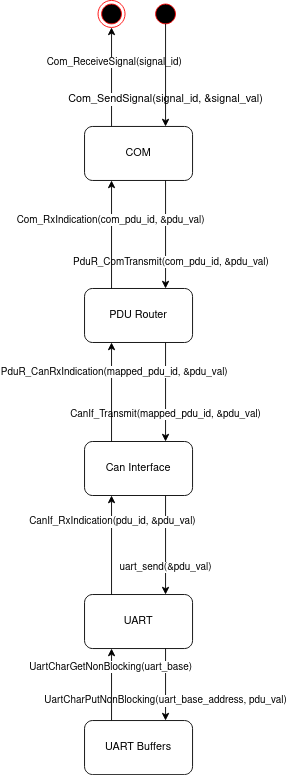
This is Embedded Systems Block Diagram.png from eslamtayseer/AutoSarComStack, a draw.io export, as it was before one commit. Source tidied: cells renumbered, new cells last; positions are measured from the earlier drawing's top-left corner, leaving out a move shared by most shapes.
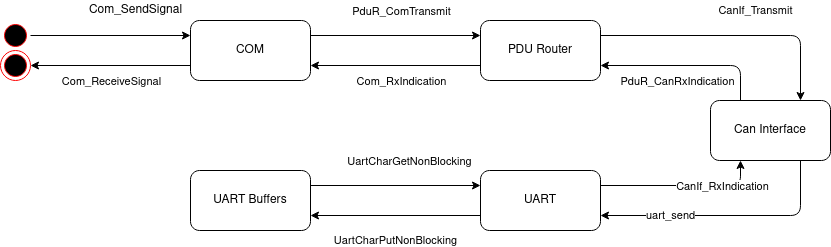
Above is the later version.

Diff of the diagram source:
```diff
@@ -2,88 +2,105 @@
   <root>
     <mxCell id="0" />
     <mxCell id="1" parent="0" />
-    <mxCell id="2" style="edgeStyle=orthogonalEdgeStyle;rounded=1;jettySize=auto;html=1;exitX=0.25;exitY=0;exitDx=0;exitDy=0;endArrow=classic;endFill=1;strokeColor=#000000;" parent="1" edge="1" source="4" target="24">
-      <mxGeometry relative="1" as="geometry" />
+    <mxCell id="2" style="edgeStyle=orthogonalEdgeStyle;rounded=1;jettySize=auto;html=1;endArrow=classic;endFill=1;strokeColor=#000000;" parent="1" edge="1" target="24">
+      <mxGeometry relative="1" as="geometry">
+        <mxPoint x="-60" y="95" as="sourcePoint" />
+        <Array as="points">
+          <mxPoint x="10" y="95" />
+          <mxPoint x="10" y="95" />
+        </Array>
+      </mxGeometry>
     </mxCell>
-    <mxCell id="3" value="Com_ReceiveSignal(signal_id)" style="edgeLabel;html=1;align=center;verticalAlign=middle;" parent="2" vertex="1">
-      <mxGeometry x="0.31" y="-2" relative="1" as="geometry" />
+    <mxCell id="3" value="Com_ReceiveSignal" style="edgeLabel;html=1;align=center;verticalAlign=middle;" parent="2" vertex="1">
+      <mxGeometry x="0.31" y="-2" relative="1" as="geometry">
+        <mxPoint x="-31" y="17" as="offset" />
+      </mxGeometry>
     </mxCell>
     <mxCell id="4" value="COM" style="rounded=1;whiteSpace=wrap;html=1;" parent="1" vertex="1">
-      <mxGeometry x="25" y="140" width="120" height="60" as="geometry" />
+      <mxGeometry x="-80" y="50" width="120" height="60" as="geometry" />
     </mxCell>
-    <mxCell id="5" style="endArrow=classic;html=1;exitX=0.75;exitY=1;exitDx=0;exitDy=0;entryX=0.75;entryY=0;entryDx=0;entryDy=0;" parent="1" edge="1" source="4" target="11">
+    <mxCell id="5" style="endArrow=classic;html=1;entryX=0;entryY=0.25;entryDx=0;entryDy=0;exitX=1;exitY=0.25;exitDx=0;exitDy=0;" parent="1" edge="1" source="4" target="11">
       <mxGeometry relative="1" as="geometry" />
     </mxCell>
-    <mxCell id="6" value="PduR_ComTransmit(com_pdu_id, &amp;amp;pdu_val)" style="edgeLabel;html=1;align=center;verticalAlign=middle;" parent="5" vertex="1">
+    <mxCell id="6" value="PduR_ComTransmit" style="edgeLabel;html=1;align=center;verticalAlign=middle;rotation=0;" parent="5" vertex="1">
       <mxGeometry x="-0.67" y="1" relative="1" as="geometry">
-        <mxPoint x="4" y="70" as="offset" />
+        <mxPoint x="62" y="-24" as="offset" />
       </mxGeometry>
     </mxCell>
-    <mxCell id="7" value="Com_SendSignal(signal_id, &amp;amp;signal_val)" style="text;html=1;align=center;verticalAlign=middle;labelBackgroundColor=#ffffff;" parent="1" vertex="1">
-      <mxGeometry y="100" width="230" height="20" as="geometry" />
+    <mxCell id="7" value="Com_SendSignal" style="text;html=1;align=center;verticalAlign=middle;labelBackgroundColor=#ffffff;" parent="1" vertex="1">
+      <mxGeometry x="-190" y="30" width="110" height="20" as="geometry" />
     </mxCell>
     <mxCell id="8" style="ellipse;html=1;shape=startState;fillColor=#000000;strokeColor=#ff0000;labelBackgroundColor=#ffffff;" parent="1" vertex="1">
-      <mxGeometry x="100" width="30" height="30" as="geometry" />
+      <mxGeometry x="-270" y="50" width="30" height="30" as="geometry" />
     </mxCell>
-    <mxCell id="9" style="edgeStyle=orthogonalEdgeStyle;html=1;verticalAlign=bottom;endArrow=classic;rounded=1;endFill=1;entryX=0.75;entryY=0;entryDx=0;entryDy=0;" parent="1" edge="1" target="4">
+    <mxCell id="9" style="edgeStyle=orthogonalEdgeStyle;html=1;verticalAlign=bottom;endArrow=classic;rounded=1;endFill=1;entryX=0;entryY=0.25;entryDx=0;entryDy=0;exitX=1;exitY=0.5;exitDx=0;exitDy=0;" parent="1" edge="1" source="8" target="4">
       <mxGeometry relative="1" as="geometry">
-        <mxPoint x="115" y="26" as="sourcePoint" />
         <Array as="points">
-          <mxPoint x="115" y="26" />
+          <mxPoint x="-240" y="65" />
         </Array>
       </mxGeometry>
     </mxCell>
-    <mxCell id="10" value="CanIf_Transmit(mapped_pdu_id, &amp;amp;pdu_val)" style="edgeStyle=orthogonalEdgeStyle;rounded=1;jettySize=auto;html=1;endArrow=classic;endFill=1;strokeColor=#000000;exitX=0.75;exitY=1;exitDx=0;exitDy=0;entryX=0.75;entryY=0;entryDx=0;entryDy=0;" parent="1" edge="1" source="11" target="13">
-      <mxGeometry x="0.45" relative="1" as="geometry" />
+    <mxCell id="10" value="CanIf_Transmit" style="edgeStyle=orthogonalEdgeStyle;rounded=1;jettySize=auto;html=1;endArrow=classic;endFill=1;strokeColor=#000000;exitX=1;exitY=0.25;exitDx=0;exitDy=0;entryX=0.75;entryY=0;entryDx=0;entryDy=0;" parent="1" edge="1" source="11" target="13">
+      <mxGeometry x="0.17" y="25" relative="1" as="geometry" />
     </mxCell>
     <mxCell id="11" value="PDU Router" style="rounded=1;whiteSpace=wrap;html=1;labelBackgroundColor=#ffffff;" parent="1" vertex="1">
-      <mxGeometry x="25" y="320" width="120" height="60" as="geometry" />
+      <mxGeometry x="210" y="50" width="120" height="60" as="geometry" />
     </mxCell>
-    <mxCell id="12" value="uart_send(&amp;amp;pdu_val)" style="edgeStyle=orthogonalEdgeStyle;rounded=1;jettySize=auto;html=1;endArrow=classic;endFill=1;strokeColor=#000000;exitX=0.75;exitY=1;exitDx=0;exitDy=0;entryX=0.75;entryY=0;entryDx=0;entryDy=0;" parent="1" edge="1" source="13" target="14">
+    <mxCell id="12" value="uart_send" style="edgeStyle=orthogonalEdgeStyle;rounded=1;jettySize=auto;html=1;endArrow=classic;endFill=1;strokeColor=#000000;exitX=0.75;exitY=1;exitDx=0;exitDy=0;entryX=1;entryY=0.75;entryDx=0;entryDy=0;" parent="1" edge="1" source="13" target="14">
       <mxGeometry x="0.45" relative="1" as="geometry" />
     </mxCell>
     <mxCell id="13" value="Can Interface" style="whiteSpace=wrap;html=1;rounded=1;labelBackgroundColor=#ffffff;" parent="1" vertex="1">
-      <mxGeometry x="25" y="490" width="120" height="60" as="geometry" />
+      <mxGeometry x="440" y="130" width="120" height="60" as="geometry" />
     </mxCell>
     <mxCell id="14" value="UART" style="whiteSpace=wrap;html=1;rounded=1;labelBackgroundColor=#ffffff;" parent="1" vertex="1">
-      <mxGeometry x="25" y="660" width="120" height="60" as="geometry" />
+      <mxGeometry x="210" y="200" width="120" height="60" as="geometry" />
     </mxCell>
-    <mxCell id="15" value="UartCharPutNonBlocking(uart_base_address, pdu_val)" style="endArrow=classic;html=1;strokeColor=#000000;exitX=0.75;exitY=1;exitDx=0;exitDy=0;" parent="1" edge="1" source="14">
-      <mxGeometry x="0.43" relative="1" as="geometry">
-        <mxPoint x="115" y="800" as="targetPoint" />
-      </mxGeometry>
+    <mxCell id="15" value="UartCharPutNonBlocking" style="endArrow=classic;html=1;strokeColor=#000000;exitX=0;exitY=0.75;exitDx=0;exitDy=0;entryX=1;entryY=0.75;entryDx=0;entryDy=0;" parent="1" edge="1" source="14" target="25">
+      <mxGeometry y="25" relative="1" as="geometry" />
     </mxCell>
-    <mxCell id="16" style="endArrow=classic;html=1;strokeColor=#000000;entryX=0.25;entryY=1;entryDx=0;entryDy=0;" parent="1" edge="1" target="14">
-      <mxGeometry relative="1" as="geometry">
-        <mxPoint x="55" y="800" as="sourcePoint" />
-      </mxGeometry>
+    <mxCell id="16" style="endArrow=classic;html=1;strokeColor=#000000;entryX=0;entryY=0.25;entryDx=0;entryDy=0;exitX=1;exitY=0.25;exitDx=0;exitDy=0;" parent="1" edge="1" source="25" target="14">
+      <mxGeometry relative="1" as="geometry" />
     </mxCell>
-    <mxCell id="17" value="UartCharGetNonBlocking(uart_base)" style="edgeLabel;html=1;align=center;verticalAlign=middle;" parent="16" vertex="1">
-      <mxGeometry x="0.51" y="2" relative="1" as="geometry" />
+    <mxCell id="17" value="&lt;div&gt;UartCharGetNonBlocking&lt;/div&gt;" style="edgeLabel;html=1;align=center;verticalAlign=middle;" parent="16" vertex="1">
+      <mxGeometry x="0.51" y="2" relative="1" as="geometry">
+        <mxPoint x="-31" y="-23" as="offset" />
+      </mxGeometry>
     </mxCell>
-    <mxCell id="18" style="endArrow=classic;html=1;strokeColor=#000000;exitX=0.25;exitY=0;exitDx=0;exitDy=0;entryX=0.25;entryY=1;entryDx=0;entryDy=0;" parent="1" edge="1" source="14" target="13">
-      <mxGeometry relative="1" as="geometry" />
+    <mxCell id="18" style="endArrow=classic;html=1;strokeColor=#000000;exitX=1;exitY=0.25;exitDx=0;exitDy=0;entryX=0.25;entryY=1;entryDx=0;entryDy=0;" parent="1" edge="1" source="14" target="13">
+      <mxGeometry relative="1" as="geometry">
+        <Array as="points">
+          <mxPoint x="470" y="215" />
+        </Array>
+      </mxGeometry>
     </mxCell>
-    <mxCell id="19" value="CanIf_RxIndication(pdu_id, &amp;amp;pdu_val)" style="edgeLabel;html=1;align=center;verticalAlign=middle;" parent="18" vertex="1">
+    <mxCell id="19" value="CanIf_RxIndication" style="edgeLabel;html=1;align=center;verticalAlign=middle;" parent="18" vertex="1">
       <mxGeometry x="0.47" relative="1" as="geometry" />
     </mxCell>
-    <mxCell id="20" style="endArrow=classic;html=1;strokeColor=#000000;exitX=0.25;exitY=0;exitDx=0;exitDy=0;entryX=0.25;entryY=1;entryDx=0;entryDy=0;" parent="1" edge="1" source="13" target="11">
-      <mxGeometry relative="1" as="geometry" />
+    <mxCell id="20" style="endArrow=classic;html=1;strokeColor=#000000;exitX=0.25;exitY=0;exitDx=0;exitDy=0;entryX=1;entryY=0.75;entryDx=0;entryDy=0;" parent="1" edge="1" source="13" target="11">
+      <mxGeometry relative="1" as="geometry">
+        <Array as="points">
+          <mxPoint x="470" y="95" />
+        </Array>
+      </mxGeometry>
     </mxCell>
-    <mxCell id="21" value="PduR_CanRxIndication(mapped_pdu_id, &amp;amp;pdu_val)" style="edgeLabel;html=1;align=center;verticalAlign=middle;" parent="20" vertex="1">
-      <mxGeometry x="0.42" y="-2" relative="1" as="geometry" />
+    <mxCell id="21" value="&lt;div&gt;PduR_CanRxIndication&lt;/div&gt;" style="edgeLabel;html=1;align=center;verticalAlign=middle;" parent="20" vertex="1">
+      <mxGeometry x="0.42" y="-2" relative="1" as="geometry">
+        <mxPoint x="25" y="17" as="offset" />
+      </mxGeometry>
     </mxCell>
-    <mxCell id="22" style="endArrow=classic;html=1;strokeColor=#000000;exitX=0.25;exitY=0;exitDx=0;exitDy=0;entryX=0.25;entryY=1;entryDx=0;entryDy=0;" parent="1" edge="1" source="11" target="4">
+    <mxCell id="22" style="endArrow=classic;html=1;strokeColor=#000000;exitX=0;exitY=0.75;exitDx=0;exitDy=0;entryX=1;entryY=0.75;entryDx=0;entryDy=0;" parent="1" edge="1" source="11" target="4">
       <mxGeometry relative="1" as="geometry" />
     </mxCell>
-    <mxCell id="23" value="Com_RxIndication(com_pdu_id, &amp;amp;pdu_val)" style="edgeLabel;html=1;align=center;verticalAlign=middle;" parent="22" vertex="1">
-      <mxGeometry x="0.27" y="2" relative="1" as="geometry" />
+    <mxCell id="23" value="&lt;div&gt;Com_RxIndication&lt;/div&gt;" style="edgeLabel;html=1;align=center;verticalAlign=middle;" parent="22" vertex="1">
+      <mxGeometry x="0.27" y="2" relative="1" as="geometry">
+        <mxPoint x="28" y="13" as="offset" />
+      </mxGeometry>
     </mxCell>
     <mxCell id="24" style="ellipse;html=1;shape=endState;fillColor=#000000;strokeColor=#ff0000;labelBackgroundColor=#ffffff;" parent="1" vertex="1">
-      <mxGeometry x="40" width="30" height="30" as="geometry" />
+      <mxGeometry x="-270" y="80" width="30" height="30" as="geometry" />
     </mxCell>
     <mxCell id="25" value="UART Buffers" style="rounded=1;whiteSpace=wrap;html=1;labelBackgroundColor=#ffffff;" parent="1" vertex="1">
-      <mxGeometry x="25" y="800" width="120" height="60" as="geometry" />
+      <mxGeometry x="-80" y="200" width="120" height="60" as="geometry" />
     </mxCell>
   </root>
 </mxGraphModel>
```
